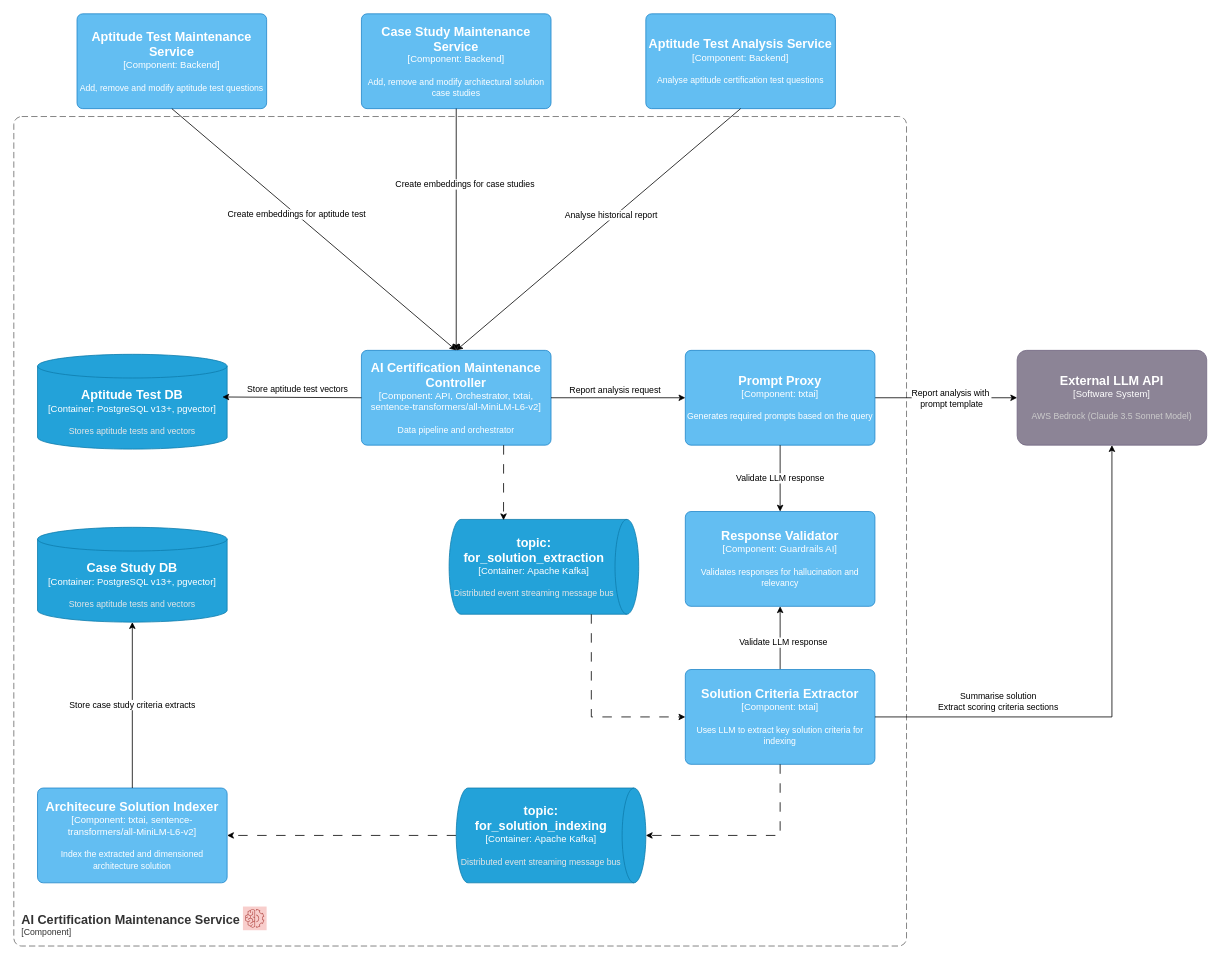
Above: page "C3-AI Certification Maintenance Service Component" (6 of 8) of Certifiable c4.drawio in architectrons/arch-kata-2025 (draw.io), before the change. Source tidied: cells renumbered, new cells numbered last; positions are measured from the earlier drawing's top-left corner, leaving out a move shared by most shapes. Both pictures are drawn from the tidied source at 79%, with x=0, y=0 at pixel (13, 13).
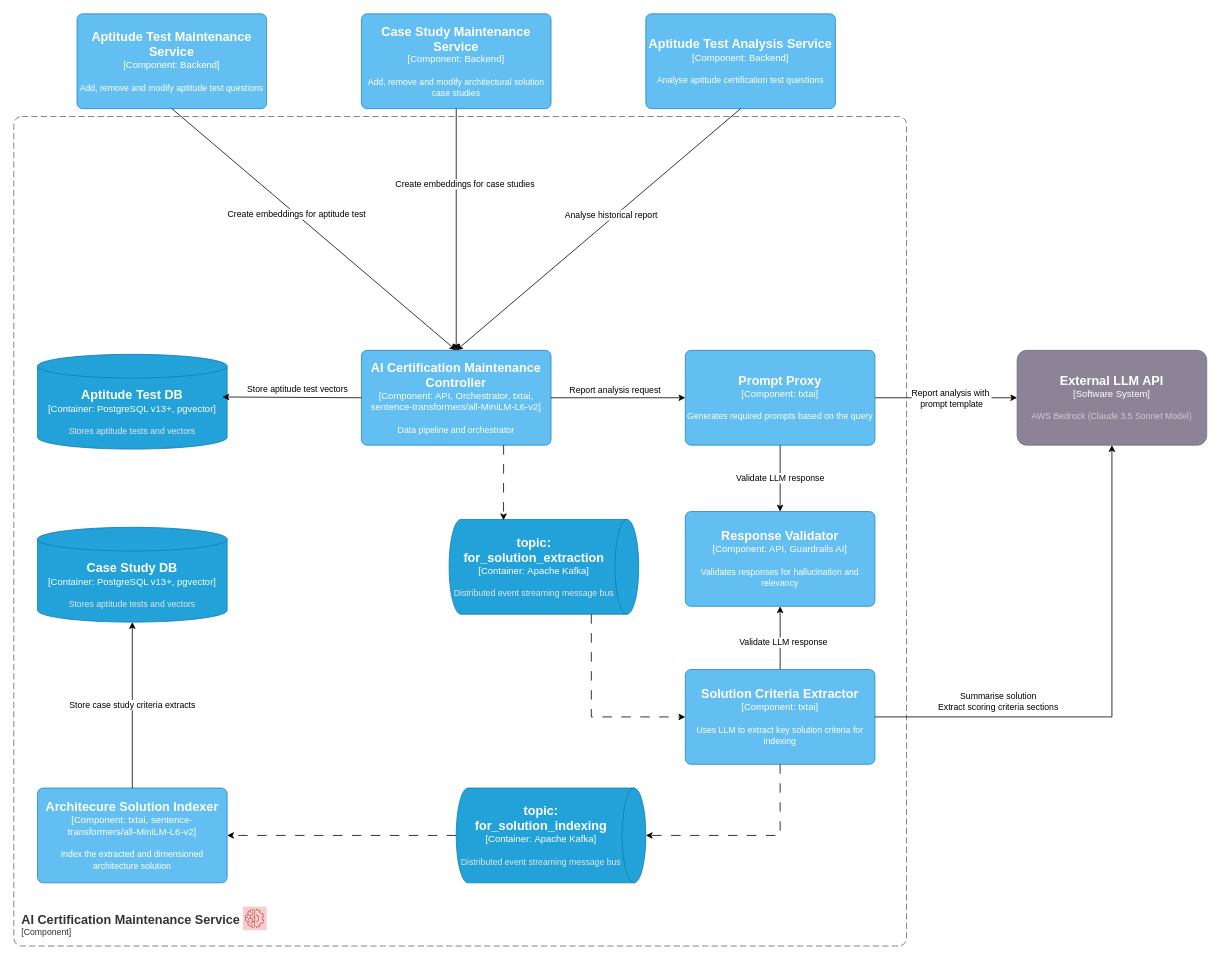
The same page after the edit.

The edit, as a diff of the source:
```diff
@@
-    <object id="24" label="&lt;font style=&quot;font-size: 16px&quot;&gt;&lt;b&gt;%c4Name%&lt;/b&gt;&lt;/font&gt;&lt;div&gt;[%c4Type%: %c4Technology%]&lt;/div&gt;&lt;br&gt;&lt;div&gt;&lt;font style=&quot;font-size: 11px&quot;&gt;%c4Description%&lt;/font&gt;&lt;/div&gt;" c4Description="Validates responses for hallucination and relevancy" c4Name="Response Validator" c4Technology="Guardrails AI" c4Type="Component" placeholders="1">
+    <object id="24" label="&lt;font style=&quot;font-size: 16px&quot;&gt;&lt;b&gt;%c4Name%&lt;/b&gt;&lt;/font&gt;&lt;div&gt;[%c4Type%: %c4Technology%]&lt;/div&gt;&lt;br&gt;&lt;div&gt;&lt;font style=&quot;font-size: 11px&quot;&gt;%c4Description%&lt;/font&gt;&lt;/div&gt;" c4Description="Validates responses for hallucination and relevancy" c4Name="Response Validator" c4Technology="API, Guardrails AI" c4Type="Component" placeholders="1">
       <mxCell style="rounded=1;whiteSpace=wrap;html=1;labelBackgroundColor=none;fillColor=#63BEF2;fontColor=#ffffff;align=center;arcSize=6;strokeColor=#2086C9;points=[[0.25,0,0],[0.5,0,0],[0.75,0,0],[1,0.25,0],[1,0.5,0],[1,0.75,0],[0.75,1,0],[0.5,1,0],[0.25,1,0],[0,0.75,0],[0,0.5,0],[0,0.25,0]];" parent="1" vertex="1">
         <mxGeometry x="850" y="630" width="240" height="120" as="geometry" />
       </mxCell>
     </object>
```
